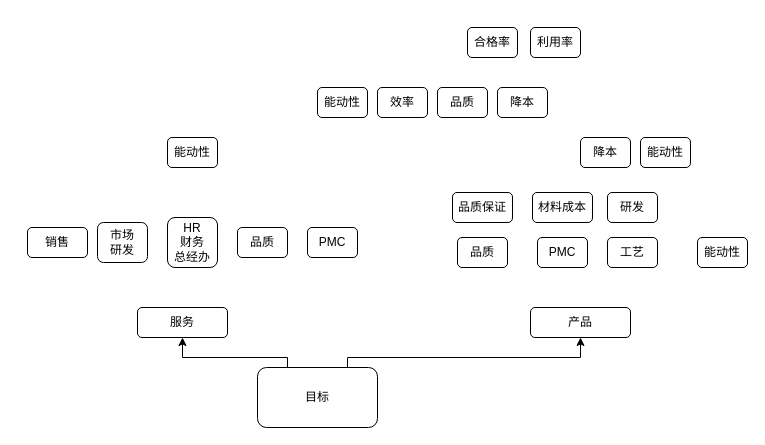
Before: build/2025.drawio in manson-yu/desktop-app, a draw.io diagram. Source tidied: cells renumbered, new cells numbered last; positions are measured from the earlier drawing's top-left corner, leaving out a move shared by most shapes. Both pictures are drawn from the tidied source at 100%, with x=0, y=0 at pixel (27, 27).
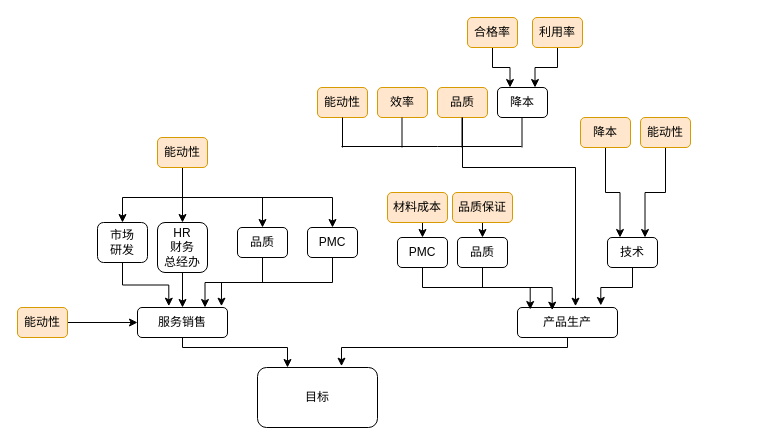
The same diagram, later.

The change refers to these unchanged cells:
```xml
<mxCell id="4" value="目标" style="rounded=1;whiteSpace=wrap;html=1;" parent="1" vertex="1">
  <mxGeometry x="230" y="340" width="120" height="60" as="geometry" />
</mxCell>
<mxCell id="8" value="市场&lt;div&gt;研发&lt;/div&gt;" style="rounded=1;whiteSpace=wrap;html=1;" parent="1" vertex="1">
  <mxGeometry x="70" y="195" width="50" height="40" as="geometry" />
</mxCell>
<mxCell id="9" value="品质" style="rounded=1;whiteSpace=wrap;html=1;" parent="1" vertex="1">
  <mxGeometry x="210" y="200" width="50" height="30" as="geometry" />
</mxCell>
<mxCell id="11" value="PMC" style="rounded=1;whiteSpace=wrap;html=1;" parent="1" vertex="1">
  <mxGeometry x="280" y="200" width="50" height="30" as="geometry" />
</mxCell>
<mxCell id="12" value="品质" style="rounded=1;whiteSpace=wrap;html=1;" parent="1" vertex="1">
  <mxGeometry x="430" y="210" width="50" height="30" as="geometry" />
</mxCell>
<mxCell id="25" value="降本" style="rounded=1;whiteSpace=wrap;html=1;" parent="1" vertex="1">
  <mxGeometry x="470" y="60" width="50" height="30" as="geometry" />
</mxCell>
```

Change to the diagram source:
```diff
@@
-    <mxCell id="2" style="edgeStyle=orthogonalEdgeStyle;rounded=0;jettySize=auto;html=1;exitX=0.75;exitY=0;exitDx=0;exitDy=0;entryX=0.5;entryY=1;entryDx=0;entryDy=0;" parent="1" edge="1" source="4" target="6">
-      <mxGeometry relative="1" as="geometry">
-        <Array as="points">
-          <mxPoint x="320" y="330" />
-          <mxPoint x="553" y="330" />
-        </Array>
-      </mxGeometry>
-    </mxCell>
-    <mxCell id="3" style="edgeStyle=orthogonalEdgeStyle;rounded=0;jettySize=auto;html=1;exitX=0.25;exitY=0;exitDx=0;exitDy=0;entryX=0.5;entryY=1;entryDx=0;entryDy=0;" parent="1" edge="1" source="4" target="5">
-      <mxGeometry relative="1" as="geometry">
-        <Array as="points">
-          <mxPoint x="260" y="330" />
-          <mxPoint x="155" y="330" />
-        </Array>
-      </mxGeometry>
-    </mxCell>
@@
+    <mxCell id="28" style="edgeStyle=orthogonalEdgeStyle;rounded=0;jettySize=auto;html=1;exitX=0.5;exitY=1;exitDx=0;exitDy=0;entryX=0.25;entryY=0;entryDx=0;entryDy=0;" parent="1" edge="1" source="5" target="4">
+      <mxGeometry relative="1" as="geometry">
+        <Array as="points">
+          <mxPoint x="155" y="320" />
+          <mxPoint x="260" y="320" />
+        </Array>
+      </mxGeometry>
+    </mxCell>
-    <mxCell id="5" value="服务" style="rounded=1;whiteSpace=wrap;html=1;" parent="1" vertex="1">
+    <mxCell id="5" value="服务销售" style="rounded=1;whiteSpace=wrap;html=1;" parent="1" vertex="1">
       <mxGeometry x="110" y="280" width="90" height="30" as="geometry" />
     </mxCell>
-    <mxCell id="6" value="产品" style="rounded=1;whiteSpace=wrap;html=1;" parent="1" vertex="1">
-      <mxGeometry x="503" y="280" width="100" height="30" as="geometry" />
+    <mxCell id="6" value="产品生产" style="rounded=1;whiteSpace=wrap;html=1;" parent="1" vertex="1">
+      <mxGeometry x="490" y="280" width="100" height="30" as="geometry" />
     </mxCell>
-    <mxCell id="7" value="销售" style="rounded=1;whiteSpace=wrap;html=1;" parent="1" vertex="1">
-      <mxGeometry y="200" width="60" height="30" as="geometry" />
-    </mxCell>
@@
+    <mxCell id="29" style="edgeStyle=orthogonalEdgeStyle;rounded=0;jettySize=auto;html=1;exitX=0.5;exitY=1;exitDx=0;exitDy=0;entryX=0.75;entryY=0;entryDx=0;entryDy=0;" parent="1" edge="1" source="9" target="5">
+      <mxGeometry relative="1" as="geometry" />
+    </mxCell>
@@
+    <mxCell id="30" style="edgeStyle=orthogonalEdgeStyle;rounded=0;jettySize=auto;html=1;exitX=0.5;exitY=1;exitDx=0;exitDy=0;entryX=0.5;entryY=0;entryDx=0;entryDy=0;" parent="1" edge="1" source="10" target="5">
+      <mxGeometry relative="1" as="geometry" />
+    </mxCell>
     <mxCell id="10" value="HR&lt;div&gt;财务&lt;/div&gt;&lt;div&gt;总经办&lt;/div&gt;" style="rounded=1;whiteSpace=wrap;html=1;" parent="1" vertex="1">
-      <mxGeometry x="140" y="190" width="50" height="50" as="geometry" />
+      <mxGeometry x="130" y="195" width="50" height="50" as="geometry" />
     </mxCell>
@@
-    <mxCell id="13" value="PMC" style="rounded=1;whiteSpace=wrap;html=1;" parent="1" vertex="1">
-      <mxGeometry x="510" y="210" width="50" height="30" as="geometry" />
-    </mxCell>
-    <mxCell id="14" value="工艺" style="rounded=1;whiteSpace=wrap;html=1;" parent="1" vertex="1">
+    <mxCell id="14" value="技术" style="rounded=1;whiteSpace=wrap;html=1;" parent="1" vertex="1">
       <mxGeometry x="580" y="210" width="50" height="30" as="geometry" />
     </mxCell>
-    <mxCell id="15" value="研发" style="rounded=1;whiteSpace=wrap;html=1;" parent="1" vertex="1">
-      <mxGeometry x="580" y="165" width="50" height="30" as="geometry" />
-    </mxCell>
+    <mxCell id="31" style="edgeStyle=orthogonalEdgeStyle;rounded=0;jettySize=auto;html=1;exitX=0.5;exitY=1;exitDx=0;exitDy=0;entryX=0.5;entryY=0;entryDx=0;entryDy=0;" parent="1" edge="1" source="16" target="13">
+      <mxGeometry relative="1" as="geometry" />
+    </mxCell>
-    <mxCell id="16" value="材料成本" style="rounded=1;whiteSpace=wrap;html=1;" parent="1" vertex="1">
-      <mxGeometry x="505" y="165" width="60" height="30" as="geometry" />
+    <mxCell id="16" value="材料成本" style="rounded=1;whiteSpace=wrap;html=1;fillColor=#ffe6cc;strokeColor=#d79b00;" parent="1" vertex="1">
+      <mxGeometry x="360" y="165" width="60" height="30" as="geometry" />
     </mxCell>
-    <mxCell id="17" value="能动性" style="rounded=1;whiteSpace=wrap;html=1;" parent="1" vertex="1">
-      <mxGeometry x="670" y="210" width="50" height="30" as="geometry" />
-    </mxCell>
+    <mxCell id="32" style="edgeStyle=orthogonalEdgeStyle;rounded=0;jettySize=auto;html=1;exitX=0.5;exitY=1;exitDx=0;exitDy=0;entryX=0.5;entryY=0;entryDx=0;entryDy=0;" parent="1" edge="1" source="18" target="10">
+      <mxGeometry relative="1" as="geometry" />
+    </mxCell>
+    <mxCell id="33" style="edgeStyle=orthogonalEdgeStyle;rounded=0;jettySize=auto;html=1;exitX=0.5;exitY=1;exitDx=0;exitDy=0;entryX=0.5;entryY=0;entryDx=0;entryDy=0;" parent="1" edge="1" source="18" target="9">
+      <mxGeometry relative="1" as="geometry" />
+    </mxCell>
+    <mxCell id="34" style="edgeStyle=orthogonalEdgeStyle;rounded=0;jettySize=auto;html=1;exitX=0.5;exitY=1;exitDx=0;exitDy=0;entryX=0.5;entryY=0;entryDx=0;entryDy=0;" parent="1" edge="1" source="18" target="11">
+      <mxGeometry relative="1" as="geometry" />
+    </mxCell>
+    <mxCell id="35" style="edgeStyle=orthogonalEdgeStyle;rounded=0;jettySize=auto;html=1;exitX=0.5;exitY=1;exitDx=0;exitDy=0;entryX=0.5;entryY=0;entryDx=0;entryDy=0;" parent="1" edge="1" source="18" target="8">
+      <mxGeometry relative="1" as="geometry">
+        <Array as="points">
+          <mxPoint x="155" y="170" />
+          <mxPoint x="95" y="170" />
+        </Array>
+      </mxGeometry>
+    </mxCell>
-    <mxCell id="18" value="能动性" style="rounded=1;whiteSpace=wrap;html=1;" parent="1" vertex="1">
-      <mxGeometry x="140" y="110" width="50" height="30" as="geometry" />
+    <mxCell id="18" value="能动性" style="rounded=1;whiteSpace=wrap;html=1;fillColor=#ffe6cc;strokeColor=#d79b00;" parent="1" vertex="1">
+      <mxGeometry x="130" y="110" width="50" height="30" as="geometry" />
     </mxCell>
+    <mxCell id="36" style="edgeStyle=orthogonalEdgeStyle;rounded=0;jettySize=auto;html=1;exitX=0.5;exitY=1;exitDx=0;exitDy=0;entryX=0.75;entryY=0;entryDx=0;entryDy=0;" parent="1" edge="1" source="19" target="14">
+      <mxGeometry relative="1" as="geometry" />
+    </mxCell>
-    <mxCell id="19" value="能动性" style="rounded=1;whiteSpace=wrap;html=1;" parent="1" vertex="1">
-      <mxGeometry x="613" y="110" width="50" height="30" as="geometry" />
+    <mxCell id="19" value="能动性" style="rounded=1;whiteSpace=wrap;html=1;fillColor=#ffe6cc;strokeColor=#d79b00;" parent="1" vertex="1">
+      <mxGeometry x="613" y="90" width="50" height="30" as="geometry" />
     </mxCell>
+    <mxCell id="37" style="edgeStyle=orthogonalEdgeStyle;rounded=0;jettySize=auto;html=1;exitX=0.5;exitY=1;exitDx=0;exitDy=0;entryX=0.25;entryY=0;entryDx=0;entryDy=0;" parent="1" edge="1" source="20" target="14">
+      <mxGeometry relative="1" as="geometry" />
+    </mxCell>
-    <mxCell id="20" value="降本" style="rounded=1;whiteSpace=wrap;html=1;" parent="1" vertex="1">
-      <mxGeometry x="553" y="110" width="50" height="30" as="geometry" />
+    <mxCell id="20" value="降本" style="rounded=1;whiteSpace=wrap;html=1;fillColor=#ffe6cc;strokeColor=#d79b00;" parent="1" vertex="1">
+      <mxGeometry x="553" y="90" width="50" height="30" as="geometry" />
     </mxCell>
-    <mxCell id="21" value="能动性" style="rounded=1;whiteSpace=wrap;html=1;" parent="1" vertex="1">
+    <mxCell id="21" value="能动性" style="rounded=1;whiteSpace=wrap;html=1;fillColor=#ffe6cc;strokeColor=#d79b00;" parent="1" vertex="1">
       <mxGeometry x="290" y="60" width="50" height="30" as="geometry" />
     </mxCell>
-    <mxCell id="22" value="效率" style="rounded=1;whiteSpace=wrap;html=1;" parent="1" vertex="1">
+    <mxCell id="22" value="效率" style="rounded=1;whiteSpace=wrap;html=1;fillColor=#ffe6cc;strokeColor=#d79b00;" parent="1" vertex="1">
       <mxGeometry x="350" y="60" width="50" height="30" as="geometry" />
     </mxCell>
+    <mxCell id="38" style="edgeStyle=orthogonalEdgeStyle;rounded=0;jettySize=auto;html=1;exitX=0.5;exitY=1;exitDx=0;exitDy=0;entryX=0.5;entryY=0;entryDx=0;entryDy=0;" parent="1" edge="1" source="23" target="12">
+      <mxGeometry relative="1" as="geometry" />
+    </mxCell>
-    <mxCell id="23" value="品质保证" style="rounded=1;whiteSpace=wrap;html=1;" parent="1" vertex="1">
+    <mxCell id="23" value="品质保证" style="rounded=1;whiteSpace=wrap;html=1;fillColor=#ffe6cc;strokeColor=#d79b00;" parent="1" vertex="1">
       <mxGeometry x="425" y="165" width="60" height="30" as="geometry" />
     </mxCell>
-    <mxCell id="24" value="品质" style="rounded=1;whiteSpace=wrap;html=1;" parent="1" vertex="1">
+    <mxCell id="24" value="品质" style="rounded=1;whiteSpace=wrap;html=1;fillColor=#ffe6cc;strokeColor=#d79b00;" parent="1" vertex="1">
       <mxGeometry x="410" y="60" width="50" height="30" as="geometry" />
     </mxCell>
@@
+    <mxCell id="39" style="edgeStyle=orthogonalEdgeStyle;rounded=0;jettySize=auto;html=1;exitX=0.5;exitY=1;exitDx=0;exitDy=0;entryX=0.25;entryY=0;entryDx=0;entryDy=0;" parent="1" edge="1" source="26" target="25">
+      <mxGeometry relative="1" as="geometry" />
+    </mxCell>
-    <mxCell id="26" value="合格率" style="rounded=1;whiteSpace=wrap;html=1;" parent="1" vertex="1">
-      <mxGeometry x="440" width="50" height="30" as="geometry" />
+    <mxCell id="26" value="合格率" style="rounded=1;whiteSpace=wrap;html=1;fillColor=#ffe6cc;strokeColor=#d79b00;" parent="1" vertex="1">
+      <mxGeometry x="440" y="-10" width="50" height="30" as="geometry" />
     </mxCell>
+    <mxCell id="40" style="edgeStyle=orthogonalEdgeStyle;rounded=0;jettySize=auto;html=1;exitX=0.5;exitY=1;exitDx=0;exitDy=0;entryX=0.75;entryY=0;entryDx=0;entryDy=0;" parent="1" edge="1" source="27" target="25">
+      <mxGeometry relative="1" as="geometry" />
+    </mxCell>
-    <mxCell id="27" value="利用率" style="rounded=1;whiteSpace=wrap;html=1;" parent="1" vertex="1">
-      <mxGeometry x="503" width="50" height="30" as="geometry" />
+    <mxCell id="27" value="利用率" style="rounded=1;whiteSpace=wrap;html=1;fillColor=#ffe6cc;strokeColor=#d79b00;" parent="1" vertex="1">
+      <mxGeometry x="505" y="-10" width="50" height="30" as="geometry" />
     </mxCell>
+    <mxCell id="41" style="edgeStyle=orthogonalEdgeStyle;rounded=0;jettySize=auto;html=1;exitX=0.5;exitY=1;exitDx=0;exitDy=0;entryX=0.7;entryY=-0.022;entryDx=0;entryDy=0;entryPerimeter=0;" parent="1" edge="1" source="6" target="4">
+      <mxGeometry relative="1" as="geometry">
+        <Array as="points">
+          <mxPoint x="540" y="320" />
+          <mxPoint x="314" y="320" />
+        </Array>
+      </mxGeometry>
+    </mxCell>
+    <mxCell id="42" style="edgeStyle=orthogonalEdgeStyle;rounded=0;jettySize=auto;html=1;exitX=0.5;exitY=1;exitDx=0;exitDy=0;entryX=0.127;entryY=0.067;entryDx=0;entryDy=0;entryPerimeter=0;" parent="1" edge="1" source="12" target="6">
+      <mxGeometry relative="1" as="geometry" />
+    </mxCell>
+    <mxCell id="43" style="edgeStyle=orthogonalEdgeStyle;rounded=0;jettySize=auto;html=1;exitX=0.5;exitY=1;exitDx=0;exitDy=0;entryX=0.348;entryY=-0.044;entryDx=0;entryDy=0;entryPerimeter=0;" parent="1" edge="1" source="8" target="5">
+      <mxGeometry relative="1" as="geometry" />
+    </mxCell>
+    <mxCell id="44" style="edgeStyle=orthogonalEdgeStyle;rounded=0;jettySize=auto;html=1;exitX=0.5;exitY=1;exitDx=0;exitDy=0;entryX=0.933;entryY=-0.044;entryDx=0;entryDy=0;entryPerimeter=0;" parent="1" edge="1" source="11" target="5">
+      <mxGeometry relative="1" as="geometry" />
+    </mxCell>
+    <mxCell id="45" style="endArrow=none;html=1;rounded=0;" parent="1" edge="1">
+      <mxGeometry relative="1" as="geometry">
+        <mxPoint x="314" y="119" as="sourcePoint" />
+        <mxPoint x="494" y="119" as="targetPoint" />
+        <Array as="points">
+          <mxPoint x="410" y="119" />
+        </Array>
+      </mxGeometry>
+    </mxCell>
+    <mxCell id="46" style="endArrow=none;html=1;rounded=0;entryX=0.5;entryY=1;entryDx=0;entryDy=0;" parent="1" edge="1" target="21">
+      <mxGeometry relative="1" as="geometry">
+        <mxPoint x="315" y="120" as="sourcePoint" />
+      </mxGeometry>
+    </mxCell>
+    <mxCell id="47" style="endArrow=none;html=1;rounded=0;entryX=0.5;entryY=1;entryDx=0;entryDy=0;" parent="1" edge="1">
+      <mxGeometry relative="1" as="geometry">
+        <mxPoint x="374.5" y="120" as="sourcePoint" />
+        <mxPoint x="374.5" y="90" as="targetPoint" />
+      </mxGeometry>
+    </mxCell>
+    <mxCell id="48" style="endArrow=none;html=1;rounded=0;entryX=0.5;entryY=1;entryDx=0;entryDy=0;" parent="1" edge="1">
+      <mxGeometry relative="1" as="geometry">
+        <mxPoint x="434.5" y="120" as="sourcePoint" />
+        <mxPoint x="434.5" y="90" as="targetPoint" />
+      </mxGeometry>
+    </mxCell>
+    <mxCell id="49" style="endArrow=none;html=1;rounded=0;entryX=0.5;entryY=1;entryDx=0;entryDy=0;" parent="1" edge="1">
+      <mxGeometry relative="1" as="geometry">
+        <mxPoint x="494.5" y="120" as="sourcePoint" />
+        <mxPoint x="494.5" y="90" as="targetPoint" />
+      </mxGeometry>
+    </mxCell>
+    <mxCell id="13" value="PMC" style="rounded=1;whiteSpace=wrap;html=1;" parent="1" vertex="1">
+      <mxGeometry x="370" y="210" width="50" height="30" as="geometry" />
+    </mxCell>
+    <mxCell id="50" style="edgeStyle=orthogonalEdgeStyle;rounded=0;jettySize=auto;html=1;exitX=0.5;exitY=1;exitDx=0;exitDy=0;entryX=0.347;entryY=0.089;entryDx=0;entryDy=0;entryPerimeter=0;" parent="1" edge="1" source="13" target="6">
+      <mxGeometry relative="1" as="geometry" />
+    </mxCell>
+    <mxCell id="51" style="edgeStyle=orthogonalEdgeStyle;rounded=0;jettySize=auto;html=1;exitX=1;exitY=0.5;exitDx=0;exitDy=0;entryX=0;entryY=0.5;entryDx=0;entryDy=0;" parent="1" edge="1" source="17" target="5">
+      <mxGeometry relative="1" as="geometry" />
+    </mxCell>
+    <mxCell id="17" value="能动性" style="rounded=1;whiteSpace=wrap;html=1;fillColor=#ffe6cc;strokeColor=#d79b00;" parent="1" vertex="1">
+      <mxGeometry x="-10" y="280" width="50" height="30" as="geometry" />
+    </mxCell>
+    <mxCell id="52" style="edgeStyle=orthogonalEdgeStyle;rounded=0;jettySize=auto;html=1;exitX=0.5;exitY=1;exitDx=0;exitDy=0;entryX=0.58;entryY=-0.044;entryDx=0;entryDy=0;entryPerimeter=0;" parent="1" edge="1" source="24" target="6">
+      <mxGeometry relative="1" as="geometry">
+        <Array as="points">
+          <mxPoint x="435" y="140" />
+          <mxPoint x="548" y="140" />
+        </Array>
+      </mxGeometry>
+    </mxCell>
+    <mxCell id="53" style="edgeStyle=orthogonalEdgeStyle;rounded=0;jettySize=auto;html=1;exitX=0.5;exitY=1;exitDx=0;exitDy=0;entryX=0.833;entryY=-0.067;entryDx=0;entryDy=0;entryPerimeter=0;" parent="1" edge="1" source="14" target="6">
+      <mxGeometry relative="1" as="geometry" />
+    </mxCell>
```
